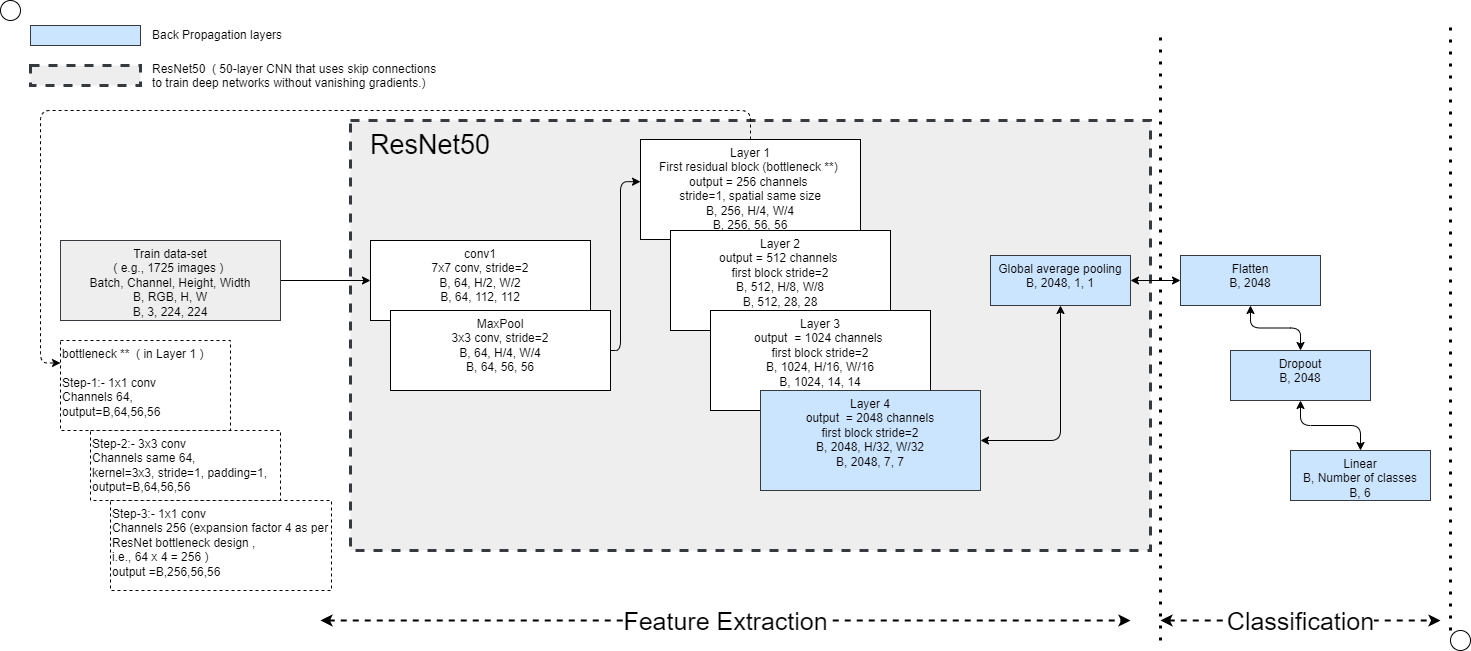
This is damage-prediction/streamlit-app/cnn_resnet50_architecture_v1.png from skgowri23/dl-projects, a draw.io export, as it was before one commit. Source tidied: cells renumbered, new cells last; positions are measured from the earlier drawing's top-left corner, leaving out a move shared by most shapes.
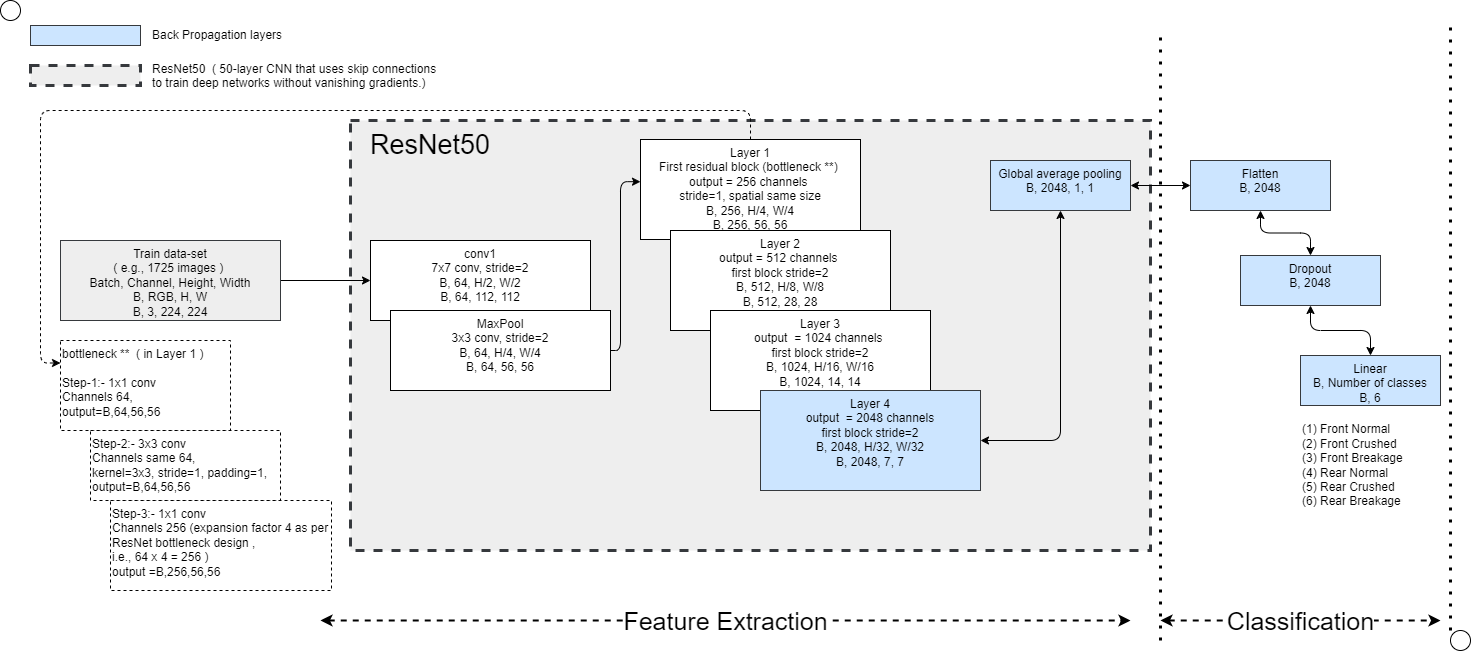
The same file after the commit.

Commit message:
changes in CNN architecture diagram

Change to the diagram source:
```diff
@@ -39,22 +39,22 @@
       <mxGeometry relative="1" as="geometry" />
     </mxCell>
     <mxCell id="12" value="Global average pooling&lt;div&gt;B, 2048, 1, 1&lt;/div&gt;" style="rounded=0;whiteSpace=wrap;html=1;align=center;verticalAlign=top;fillColor=#cce5ff;strokeColor=#36393d;" parent="1" vertex="1">
-      <mxGeometry x="990" y="255" width="140" height="50" as="geometry" />
+      <mxGeometry x="990" y="160" width="140" height="50" as="geometry" />
     </mxCell>
     <mxCell id="13" style="edgeStyle=orthogonalEdgeStyle;rounded=1;jettySize=auto;html=1;startArrow=classic;startFill=1;curved=0;" parent="1" edge="1" source="14" target="16">
       <mxGeometry relative="1" as="geometry" />
     </mxCell>
     <mxCell id="14" value="&lt;div&gt;Flatten&lt;/div&gt;&lt;div&gt;B, 2048&lt;/div&gt;" style="rounded=0;whiteSpace=wrap;html=1;align=center;verticalAlign=top;fillColor=#cce5ff;strokeColor=#36393d;" parent="1" vertex="1">
-      <mxGeometry x="1180" y="255" width="140" height="50" as="geometry" />
+      <mxGeometry x="1190" y="160" width="140" height="50" as="geometry" />
     </mxCell>
     <mxCell id="15" style="edgeStyle=orthogonalEdgeStyle;rounded=1;jettySize=auto;html=1;entryX=0.5;entryY=0;entryDx=0;entryDy=0;startArrow=classic;startFill=1;curved=0;exitX=0.5;exitY=1;exitDx=0;exitDy=0;" parent="1" edge="1" source="16" target="17">
       <mxGeometry relative="1" as="geometry" />
     </mxCell>
     <mxCell id="16" value="&lt;div&gt;Dropout&lt;/div&gt;&lt;div&gt;B, 2048&lt;/div&gt;" style="rounded=0;whiteSpace=wrap;html=1;align=center;verticalAlign=top;fillColor=#cce5ff;strokeColor=#36393d;" parent="1" vertex="1">
-      <mxGeometry x="1230" y="350" width="140" height="50" as="geometry" />
+      <mxGeometry x="1240" y="255" width="140" height="50" as="geometry" />
     </mxCell>
     <mxCell id="17" value="&lt;div&gt;Linear&lt;/div&gt;&lt;div&gt;B, Number of classes&lt;/div&gt;&lt;div&gt;B, 6&lt;/div&gt;" style="rounded=0;whiteSpace=wrap;html=1;align=center;verticalAlign=top;fillColor=#cce5ff;strokeColor=#36393d;" parent="1" vertex="1">
-      <mxGeometry x="1290" y="450" width="140" height="50" as="geometry" />
+      <mxGeometry x="1300" y="355" width="140" height="50" as="geometry" />
     </mxCell>
     <mxCell id="18" style="edgeStyle=orthogonalEdgeStyle;rounded=1;jettySize=auto;html=1;entryX=0;entryY=0.5;entryDx=0;entryDy=0;curved=0;" parent="1" edge="1" source="19" target="3">
       <mxGeometry relative="1" as="geometry" />
@@ -133,5 +133,8 @@
     <mxCell id="37" value="&lt;div&gt;Step-3:- 1x1 conv&lt;/div&gt;&lt;div&gt;Channels 256&amp;nbsp;&lt;span style=&quot;background-color: transparent; color: light-dark(rgb(0, 0, 0), rgb(255, 255, 255));&quot;&gt;(expansion factor 4 as per ResNet bottleneck design ,&amp;nbsp;&lt;/span&gt;&lt;/div&gt;&lt;div&gt;&lt;span style=&quot;background-color: transparent; color: light-dark(rgb(0, 0, 0), rgb(255, 255, 255));&quot;&gt;i.e., 64 x 4 = 256 )&lt;/span&gt;&lt;/div&gt;&lt;div&gt;output =B,256,56,56&lt;/div&gt;&lt;div&gt;&lt;br&gt;&lt;/div&gt;" style="rounded=0;whiteSpace=wrap;html=1;align=left;verticalAlign=top;dashed=1;" parent="1" vertex="1">
       <mxGeometry x="110" y="500" width="221" height="90" as="geometry" />
     </mxCell>
+    <mxCell id="38" value="&lt;div&gt;(1) Front Normal&lt;/div&gt;&lt;div&gt;(2) Front Crushed&lt;/div&gt;&lt;div&gt;(3) Front Breakage&lt;/div&gt;&lt;div&gt;&lt;span style=&quot;background-color: transparent; color: light-dark(rgb(0, 0, 0), rgb(255, 255, 255));&quot;&gt;(4) Rear Normal&lt;/span&gt;&lt;/div&gt;&lt;div&gt;(5) Rear Crushed&lt;/div&gt;&lt;div&gt;(6) Rear Breakage&lt;/div&gt;" style="text;html=1;align=left;verticalAlign=middle;whiteSpace=wrap;rounded=0;" parent="1" vertex="1">
+      <mxGeometry x="1300" y="415" width="120" height="100" as="geometry" />
+    </mxCell>
   </root>
 </mxGraphModel>
```
